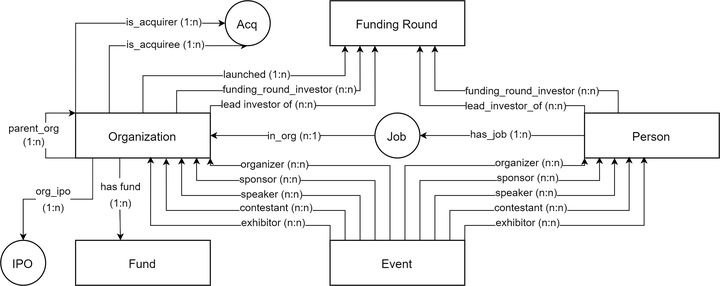
The draw.io diagram edited_graph_vis.drawio.png in SilvesterYu/FinQA_Vis, before a commit. Source tidied: cells renumbered, new cells last; positions are measured from the earlier drawing's top-left corner, leaving out a move shared by most shapes.
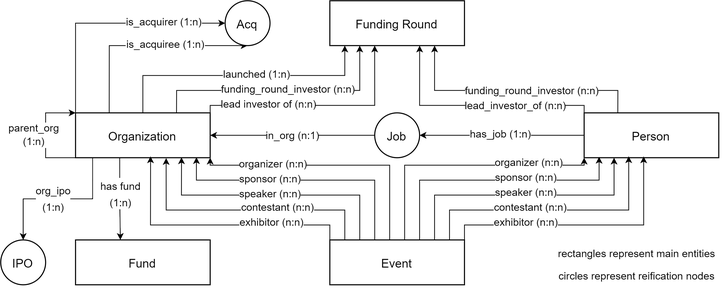
After the commit.

The edit, as a diff of the source:
```diff
@@ -292,5 +292,8 @@
     <mxCell id="53" value="&lt;font style=&quot;font-size: 8px;&quot;&gt;IPO&lt;/font&gt;" style="ellipse;whiteSpace=wrap;html=1;strokeWidth=0.7;" parent="1" vertex="1">
       <mxGeometry y="160" width="30" height="30" as="geometry" />
     </mxCell>
+    <mxCell id="54" value="&lt;font style=&quot;font-size: 7px;&quot;&gt;&lt;span style=&quot;background-color: initial;&quot;&gt;rectangles represent main entities&lt;/span&gt;&lt;br&gt;&lt;span style=&quot;background-color: initial;&quot;&gt;circles represent reification nodes&lt;/span&gt;&lt;/font&gt;" style="text;html=1;align=center;verticalAlign=middle;strokeColor=none;fillColor=none;" parent="1" vertex="1">
+      <mxGeometry x="365" y="155" width="120" height="40" as="geometry" />
+    </mxCell>
   </root>
 </mxGraphModel>
```
